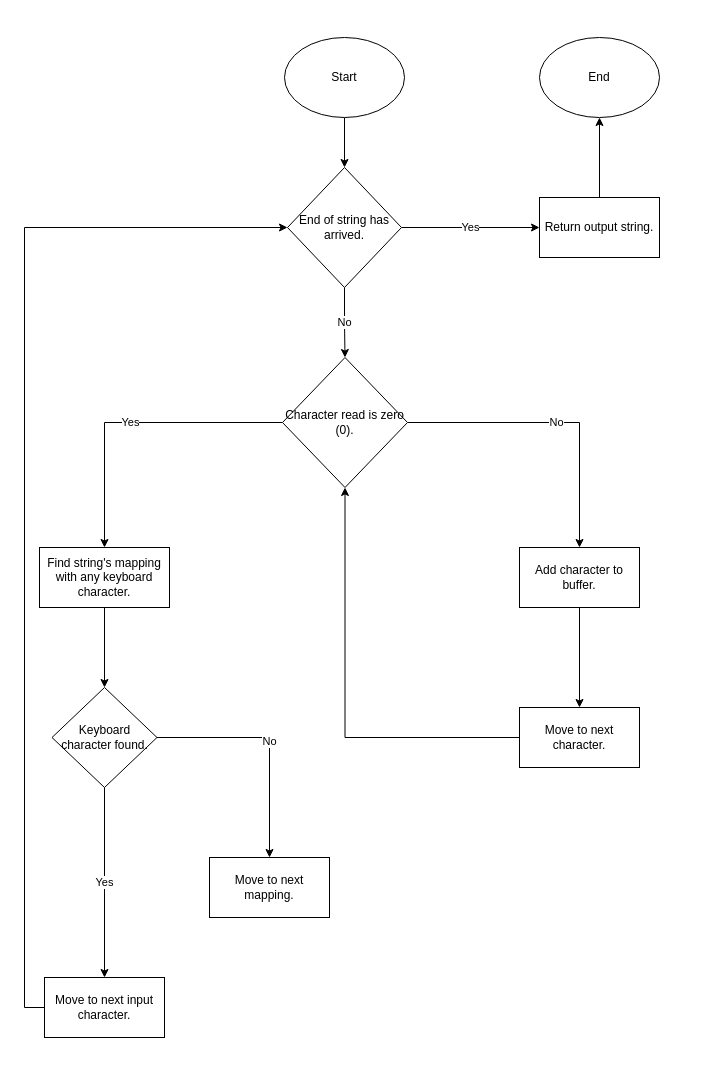
Earlier version of the draw.io diagram 4) Flowcharts/8) encrypter - Decrypter.drawio (Gourav-334/Tosbit). Source tidied: cells renumbered, new cells numbered last; positions are measured from the earlier drawing's top-left corner, leaving out a move shared by most shapes. Both pictures are drawn from the tidied source at 100%, with x=0, y=0 at pixel (39, 37).
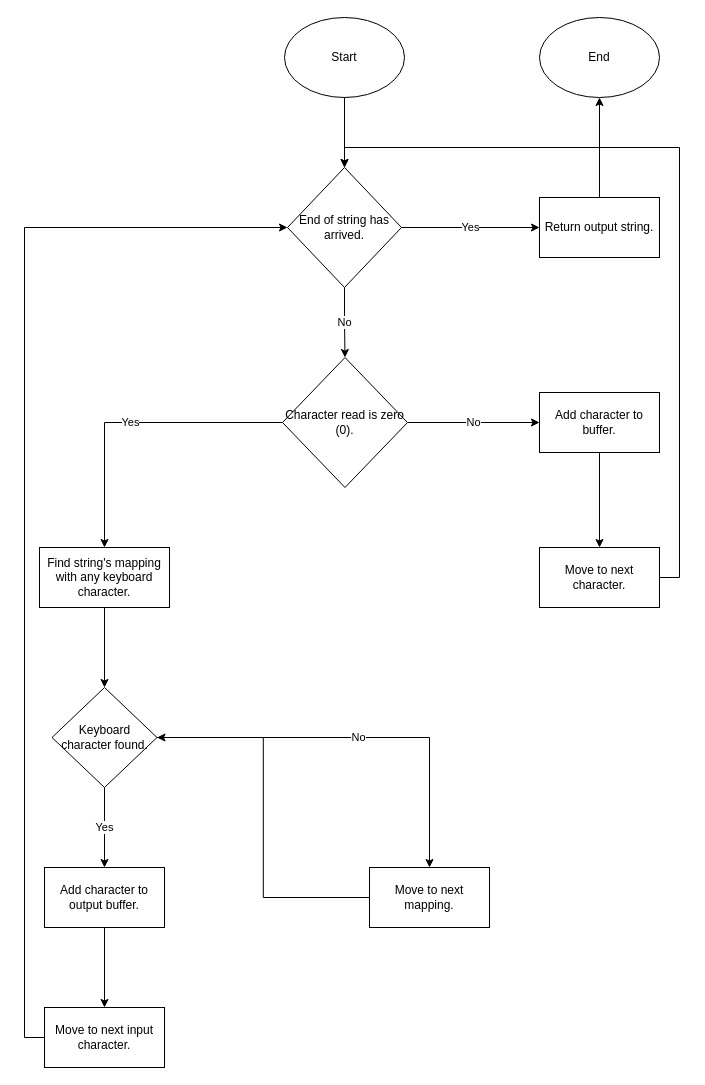
The same page after the edit.

Unchanged cells that the change refers to:
```xml
<mxCell id="6" value="Character read is zero (0)." style="rhombus;whiteSpace=wrap;html=1;" parent="1" vertex="1">
  <mxGeometry x="243" y="320" width="125" height="130" as="geometry" />
</mxCell>
<mxCell id="11" value="End of string has arrived." style="rhombus;whiteSpace=wrap;html=1;" parent="1" vertex="1">
  <mxGeometry x="248" y="130" width="114" height="120" as="geometry" />
</mxCell>
<mxCell id="16" value="Keyboard character found." style="rhombus;whiteSpace=wrap;html=1;" parent="1" vertex="1">
  <mxGeometry x="12.5" y="650" width="105" height="100" as="geometry" />
</mxCell>
```

What changed in the source:
```diff
@@
     <mxCell id="3" value="Start" style="ellipse;whiteSpace=wrap;html=1;" parent="1" vertex="1">
-      <mxGeometry x="245" width="120" height="80" as="geometry" />
+      <mxGeometry x="245" y="-20" width="120" height="80" as="geometry" />
     </mxCell>
@@
-    <mxCell id="5" value="No" style="edgeStyle=orthogonalEdgeStyle;rounded=0;jettySize=auto;html=1;exitX=1;exitY=0.5;exitDx=0;exitDy=0;entryX=0.5;entryY=0;entryDx=0;entryDy=0;" parent="1" edge="1" source="6" target="8">
+    <mxCell id="5" value="No" style="edgeStyle=orthogonalEdgeStyle;rounded=0;jettySize=auto;html=1;exitX=1;exitY=0.5;exitDx=0;exitDy=0;entryX=0;entryY=0.5;entryDx=0;entryDy=0;" parent="1" edge="1" source="6" target="8">
       <mxGeometry relative="1" as="geometry" />
     </mxCell>
@@
     <mxCell id="8" value="Add character to buffer." style="rounded=0;whiteSpace=wrap;html=1;" parent="1" vertex="1">
-      <mxGeometry x="480" y="510" width="120" height="60" as="geometry" />
+      <mxGeometry x="500" y="355" width="120" height="60" as="geometry" />
     </mxCell>
@@
-    <mxCell id="15" value="Yes" style="edgeStyle=orthogonalEdgeStyle;rounded=0;jettySize=auto;html=1;exitX=0.5;exitY=1;exitDx=0;exitDy=0;entryX=0.5;entryY=0;entryDx=0;entryDy=0;" parent="1" edge="1" source="16" target="24">
+    <mxCell id="15" value="Yes" style="edgeStyle=orthogonalEdgeStyle;rounded=0;jettySize=auto;html=1;exitX=0.5;exitY=1;exitDx=0;exitDy=0;entryX=0.5;entryY=0;entryDx=0;entryDy=0;" parent="1" edge="1" source="16" target="28">
       <mxGeometry relative="1" as="geometry" />
     </mxCell>
@@
+    <mxCell id="25" style="edgeStyle=orthogonalEdgeStyle;rounded=0;jettySize=auto;html=1;exitX=0;exitY=0.5;exitDx=0;exitDy=0;entryX=1;entryY=0.5;entryDx=0;entryDy=0;" parent="1" edge="1" source="17" target="16">
+      <mxGeometry relative="1" as="geometry" />
+    </mxCell>
     <mxCell id="17" value="Move to next mapping." style="rounded=0;whiteSpace=wrap;html=1;" parent="1" vertex="1">
-      <mxGeometry x="170" y="820" width="120" height="60" as="geometry" />
+      <mxGeometry x="330" y="830" width="120" height="60" as="geometry" />
     </mxCell>
     <mxCell id="18" value="End" style="ellipse;whiteSpace=wrap;html=1;" parent="1" vertex="1">
-      <mxGeometry x="500" width="120" height="80" as="geometry" />
+      <mxGeometry x="500" y="-20" width="120" height="80" as="geometry" />
     </mxCell>
@@
-    <mxCell id="21" style="edgeStyle=orthogonalEdgeStyle;rounded=0;jettySize=auto;html=1;exitX=0;exitY=0.5;exitDx=0;exitDy=0;entryX=0.5;entryY=1;entryDx=0;entryDy=0;" parent="1" edge="1" source="22" target="6">
-      <mxGeometry relative="1" as="geometry" />
-    </mxCell>
+    <mxCell id="26" style="edgeStyle=orthogonalEdgeStyle;rounded=0;jettySize=auto;html=1;exitX=1;exitY=0.5;exitDx=0;exitDy=0;entryX=0.5;entryY=0;entryDx=0;entryDy=0;" parent="1" edge="1" source="22" target="11">
+      <mxGeometry relative="1" as="geometry" />
+    </mxCell>
     <mxCell id="22" value="Move to next character." style="rounded=0;whiteSpace=wrap;html=1;" parent="1" vertex="1">
-      <mxGeometry x="480" y="670" width="120" height="60" as="geometry" />
+      <mxGeometry x="500" y="510" width="120" height="60" as="geometry" />
     </mxCell>
@@
     <mxCell id="24" value="Move to next input character." style="rounded=0;whiteSpace=wrap;html=1;" parent="1" vertex="1">
-      <mxGeometry x="5" y="940" width="120" height="60" as="geometry" />
+      <mxGeometry x="5" y="970" width="120" height="60" as="geometry" />
     </mxCell>
+    <mxCell id="27" style="edgeStyle=orthogonalEdgeStyle;rounded=0;jettySize=auto;html=1;exitX=0.5;exitY=1;exitDx=0;exitDy=0;" parent="1" edge="1" source="28" target="24">
+      <mxGeometry relative="1" as="geometry" />
+    </mxCell>
+    <mxCell id="28" value="Add character to output buffer." style="rounded=0;whiteSpace=wrap;html=1;" parent="1" vertex="1">
+      <mxGeometry x="5" y="830" width="120" height="60" as="geometry" />
+    </mxCell>
```
